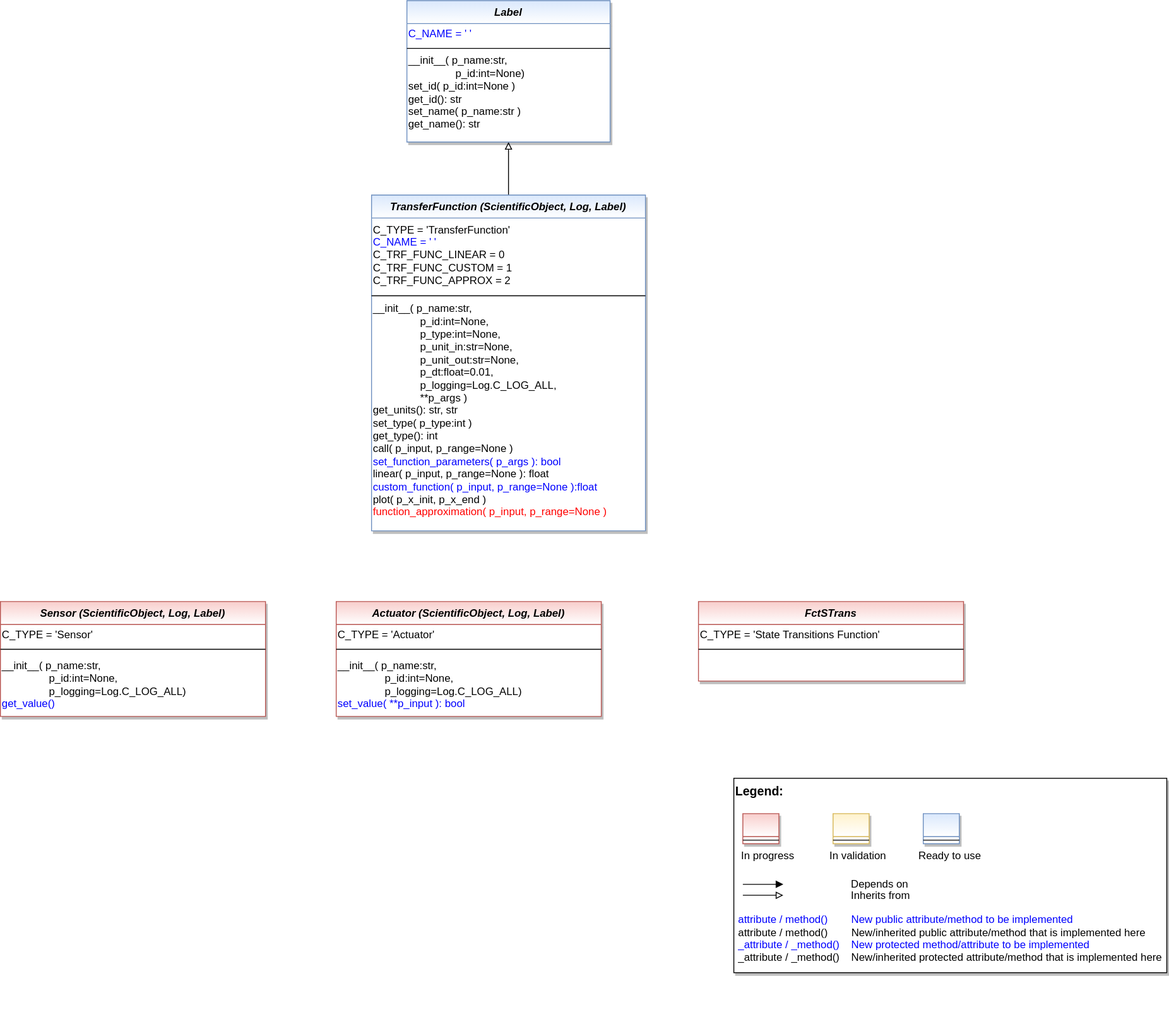
Earlier version of the draw.io export doc/class_diagram/mlpro_at_basis_class_diagram.svg (fhswf/MLPro-MPPS). Source tidied: cells renumbered, new cells last; positions are measured from the earlier drawing's top-left corner, leaving out a move shared by most shapes.
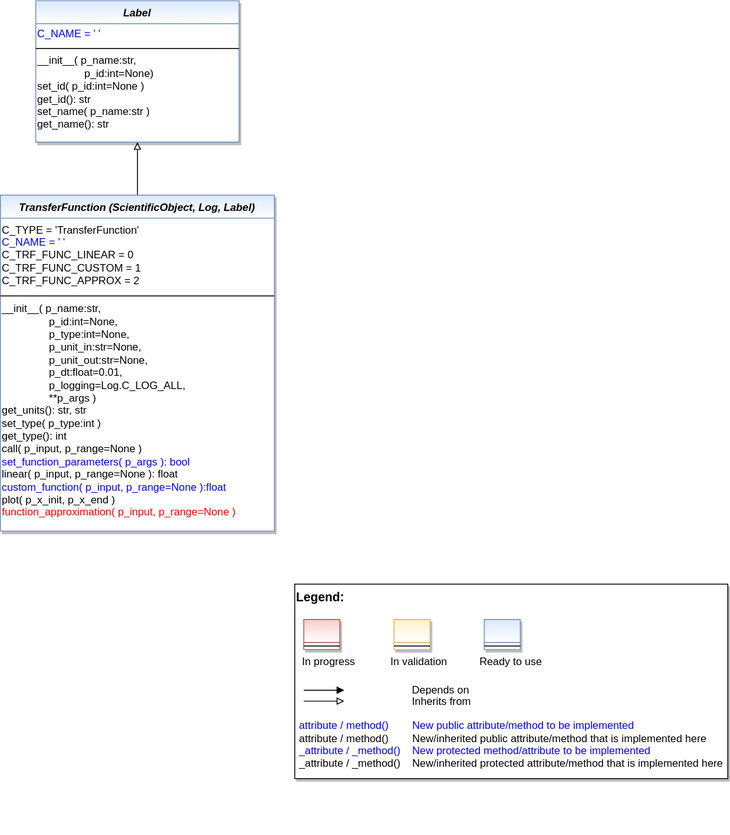
The same file after the commit.

Commit message:
update uml-diagram mlpro-at-basis

Change to the diagram source:
```diff
@@ -3,7 +3,7 @@
     <mxCell id="0" />
     <mxCell id="1" parent="0" />
     <mxCell id="2" style="group;" parent="1" vertex="1">
-      <mxGeometry x="830" y="880" width="490" height="220" as="geometry" />
+      <mxGeometry x="753" y="660" width="490" height="220" as="geometry" />
     </mxCell>
     <mxCell id="3" value="&lt;font color=&quot;#000000&quot; size=&quot;1&quot;&gt;&lt;b style=&quot;font-size: 14px&quot;&gt;Legend:&lt;br&gt;&lt;/b&gt;&lt;/font&gt;&lt;br&gt;&lt;br&gt;&lt;br&gt;&lt;font color=&quot;#0000ff&quot; style=&quot;font-size: 6px&quot;&gt;&lt;br&gt;&lt;/font&gt;&lt;span style=&quot;color: rgb(0 , 0 , 0)&quot;&gt;&lt;font style=&quot;font-size: 4px&quot;&gt;&amp;nbsp; &amp;nbsp;&lt;/font&gt;&amp;nbsp;In progress&amp;nbsp; &amp;nbsp; &amp;nbsp; &amp;nbsp; &amp;nbsp; &amp;nbsp; In validation&amp;nbsp; &amp;nbsp; &amp;nbsp; &amp;nbsp; &amp;nbsp; &amp;nbsp;Ready to use&lt;/span&gt;&lt;font color=&quot;#000000&quot;&gt;&amp;nbsp;&lt;br&gt;&lt;/font&gt;&lt;font color=&quot;#0000ff&quot;&gt;&lt;br&gt;&lt;br&gt;&lt;br&gt;&lt;br&gt;&amp;nbsp;attribute / method()&amp;nbsp; &amp;nbsp; &amp;nbsp; &amp;nbsp; New public attribute/method to be implemented&lt;/font&gt;&lt;br&gt;&lt;font color=&quot;#000000&quot;&gt;&amp;nbsp;&lt;/font&gt;&lt;font color=&quot;#000000&quot;&gt;attribute / method()&lt;span&gt;&#9;&lt;/span&gt;&amp;nbsp; &amp;nbsp; &amp;nbsp; &amp;nbsp;New/inherited public attribute/method that is implemented here&lt;br&gt;&lt;/font&gt;&lt;font color=&quot;#0000ff&quot;&gt;&amp;nbsp;_attribute /&amp;nbsp;&lt;/font&gt;&lt;font color=&quot;#0000ff&quot;&gt;_method()&amp;nbsp; &amp;nbsp; New protected method/attribute to be implemented&lt;/font&gt;&lt;br&gt;&lt;font color=&quot;#000000&quot;&gt;&amp;nbsp;_attribute / _method()&amp;nbsp; &amp;nbsp; New/inherited protected attribute/method that is implemented here&lt;br&gt;&lt;/font&gt;&lt;font color=&quot;#000000&quot;&gt;&lt;br&gt;&lt;br&gt;&lt;br&gt;&lt;br&gt;&lt;br&gt;&lt;/font&gt;" style="text;html=1;align=left;verticalAlign=top;whiteSpace=wrap;rounded=0;fontColor=#006600;strokeColor=#000000;shadow=1;fillColor=#ffffff;" parent="2" vertex="1">
       <mxGeometry width="490" height="220" as="geometry" />
@@ -70,38 +70,5 @@
     <mxCell id="20" value="__init__( p_name:str,&lt;br&gt;&lt;span style=&quot;&quot;&gt;&#9;&lt;/span&gt;&lt;span style=&quot;&quot;&gt;&#9;&lt;/span&gt;&lt;span style=&quot;white-space: pre;&quot;&gt;&lt;span style=&quot;white-space: pre;&quot;&gt;&#9;&lt;/span&gt;&#9;&lt;/span&gt;p_id:int=None)&lt;br&gt;set_id( p_id:int=None )&lt;br&gt;get_id(): str&lt;br&gt;set_name( p_name:str )&lt;br&gt;get_name(): str" style="text;html=1;strokeColor=none;fillColor=none;align=left;verticalAlign=middle;whiteSpace=wrap;rounded=0;" parent="17" vertex="1">
       <mxGeometry y="58" width="230" height="92" as="geometry" />
     </mxCell>
-    <mxCell id="21" value="Sensor (ScientificObject, Log, Label)" style="swimlane;fontStyle=3;align=center;verticalAlign=top;horizontal=1;startSize=26;rounded=0;shadow=1;strokeWidth=1;fillColor=#f8cecc;strokeColor=#b85450;swimlaneFillColor=#ffffff;gradientColor=#FFFFFF;" parent="1" vertex="1">
-      <mxGeometry y="680" width="300" height="130" as="geometry" />
-    </mxCell>
-    <mxCell id="22" value="&lt;span style=&quot;&quot;&gt;C_TYPE = 'Sensor'&lt;/span&gt;&lt;span style=&quot;&quot;&gt;&lt;br&gt;&lt;/span&gt;" style="text;html=1;strokeColor=none;fillColor=none;align=left;verticalAlign=middle;whiteSpace=wrap;rounded=0;" parent="21" vertex="1">
-      <mxGeometry y="26" width="300" height="24" as="geometry" />
-    </mxCell>
-    <mxCell id="23" style="line;html=1;strokeWidth=1;align=left;verticalAlign=middle;spacingTop=-1;spacingLeft=3;spacingRight=3;labelPosition=right;fillColor=#f8cecc;strokeColor=#000000;" parent="21" vertex="1">
-      <mxGeometry y="50" width="300" height="8" as="geometry" />
-    </mxCell>
-    <mxCell id="24" value="__init__( p_name:str,&lt;br&gt;&lt;span style=&quot;&quot;&gt;&#9;&lt;/span&gt;&lt;span style=&quot;&quot;&gt;&#9;&lt;/span&gt;&lt;span style=&quot;white-space: pre;&quot;&gt;&lt;span style=&quot;white-space: pre;&quot;&gt;&#9;&lt;/span&gt;&#9;&lt;/span&gt;p_id:int=None,&lt;br&gt;&lt;span style=&quot;white-space: pre;&quot;&gt;&#9;&lt;/span&gt;&lt;span style=&quot;white-space: pre;&quot;&gt;&#9;&lt;/span&gt;p_logging=Log.C_LOG_ALL)&lt;br&gt;&lt;font color=&quot;#0000ff&quot;&gt;get_value()&lt;/font&gt;" style="text;html=1;strokeColor=none;fillColor=none;align=left;verticalAlign=middle;whiteSpace=wrap;rounded=0;" parent="21" vertex="1">
-      <mxGeometry y="58" width="300" height="72" as="geometry" />
-    </mxCell>
-    <mxCell id="25" value="Actuator (ScientificObject, Log, Label)" style="swimlane;fontStyle=3;align=center;verticalAlign=top;horizontal=1;startSize=26;rounded=0;shadow=1;strokeWidth=1;fillColor=#f8cecc;strokeColor=#b85450;swimlaneFillColor=#ffffff;gradientColor=#FFFFFF;" parent="1" vertex="1">
-      <mxGeometry x="380" y="680" width="300" height="130" as="geometry" />
-    </mxCell>
-    <mxCell id="26" value="&lt;span style=&quot;&quot;&gt;C_TYPE = 'Actuator'&lt;/span&gt;&lt;span style=&quot;&quot;&gt;&lt;br&gt;&lt;/span&gt;" style="text;html=1;strokeColor=none;fillColor=none;align=left;verticalAlign=middle;whiteSpace=wrap;rounded=0;" parent="25" vertex="1">
-      <mxGeometry y="26" width="300" height="24" as="geometry" />
-    </mxCell>
-    <mxCell id="27" style="line;html=1;strokeWidth=1;align=left;verticalAlign=middle;spacingTop=-1;spacingLeft=3;spacingRight=3;labelPosition=right;fillColor=#f8cecc;strokeColor=#000000;" parent="25" vertex="1">
-      <mxGeometry y="50" width="300" height="8" as="geometry" />
-    </mxCell>
-    <mxCell id="28" value="__init__( p_name:str,&lt;br&gt;&lt;span style=&quot;&quot;&gt;&#9;&lt;/span&gt;&lt;span style=&quot;&quot;&gt;&#9;&lt;/span&gt;&lt;span style=&quot;white-space: pre;&quot;&gt;&lt;span style=&quot;white-space: pre;&quot;&gt;&#9;&lt;/span&gt;&#9;&lt;/span&gt;p_id:int=None,&lt;br&gt;&lt;span style=&quot;white-space: pre;&quot;&gt;&#9;&lt;/span&gt;&lt;span style=&quot;white-space: pre;&quot;&gt;&#9;&lt;/span&gt;p_logging=Log.C_LOG_ALL)&lt;br&gt;&lt;font color=&quot;#0000ff&quot;&gt;set_value( **p_input ): bool&lt;/font&gt;" style="text;html=1;strokeColor=none;fillColor=none;align=left;verticalAlign=middle;whiteSpace=wrap;rounded=0;" parent="25" vertex="1">
-      <mxGeometry y="58" width="300" height="72" as="geometry" />
-    </mxCell>
-    <mxCell id="29" value="FctSTrans" style="swimlane;fontStyle=3;align=center;verticalAlign=top;horizontal=1;startSize=26;rounded=0;shadow=1;strokeWidth=1;fillColor=#f8cecc;strokeColor=#b85450;swimlaneFillColor=#ffffff;gradientColor=#FFFFFF;" parent="1" vertex="1">
-      <mxGeometry x="790" y="680" width="300" height="90" as="geometry" />
-    </mxCell>
-    <mxCell id="30" value="&lt;span style=&quot;&quot;&gt;C_TYPE = 'State Transitions Function'&lt;/span&gt;&lt;span style=&quot;&quot;&gt;&lt;br&gt;&lt;/span&gt;" style="text;html=1;strokeColor=none;fillColor=none;align=left;verticalAlign=middle;whiteSpace=wrap;rounded=0;" parent="29" vertex="1">
-      <mxGeometry y="26" width="300" height="24" as="geometry" />
-    </mxCell>
-    <mxCell id="31" style="line;html=1;strokeWidth=1;align=left;verticalAlign=middle;spacingTop=-1;spacingLeft=3;spacingRight=3;labelPosition=right;fillColor=#f8cecc;strokeColor=#000000;" parent="29" vertex="1">
-      <mxGeometry y="50" width="300" height="8" as="geometry" />
-    </mxCell>
   </root>
 </mxGraphModel>
```
